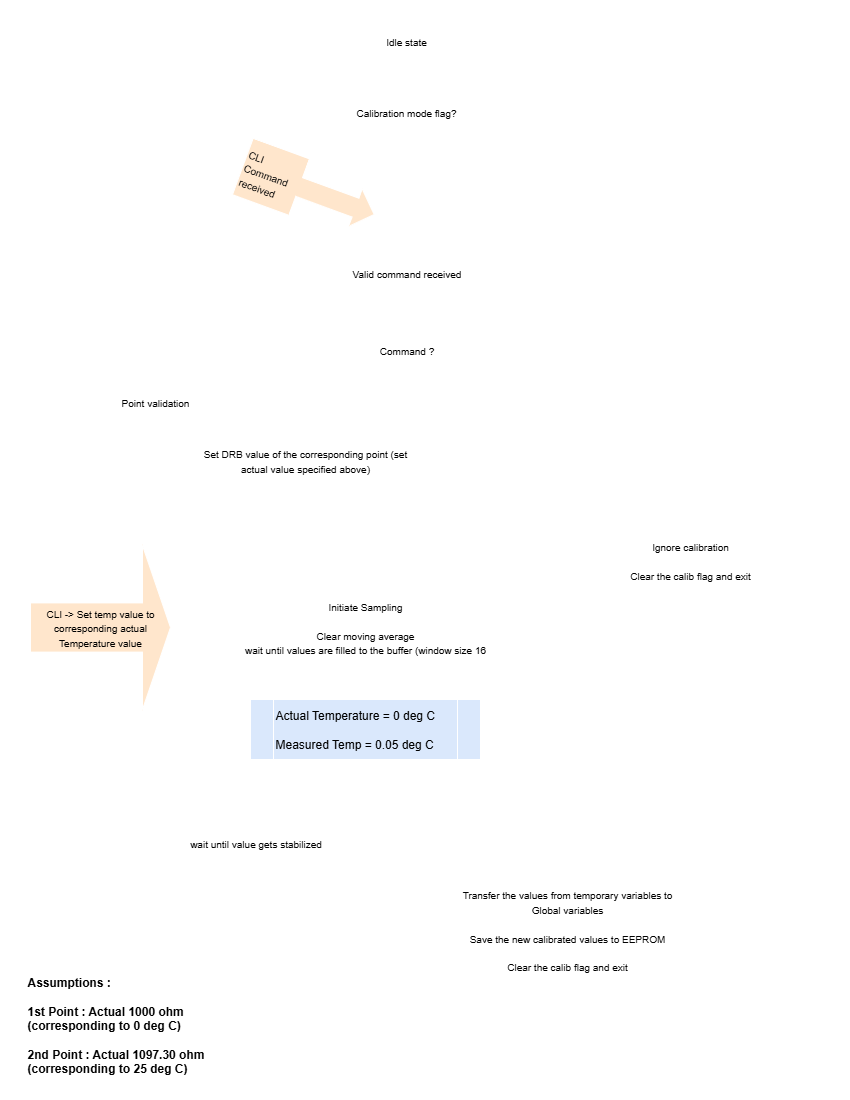
Before: Calibration method.png, a diagram exported from draw.io (S-NR/SnapShotInsight). Source tidied: cells renumbered, new cells last; positions are measured from the earlier drawing's top-left corner, leaving out a move shared by most shapes.
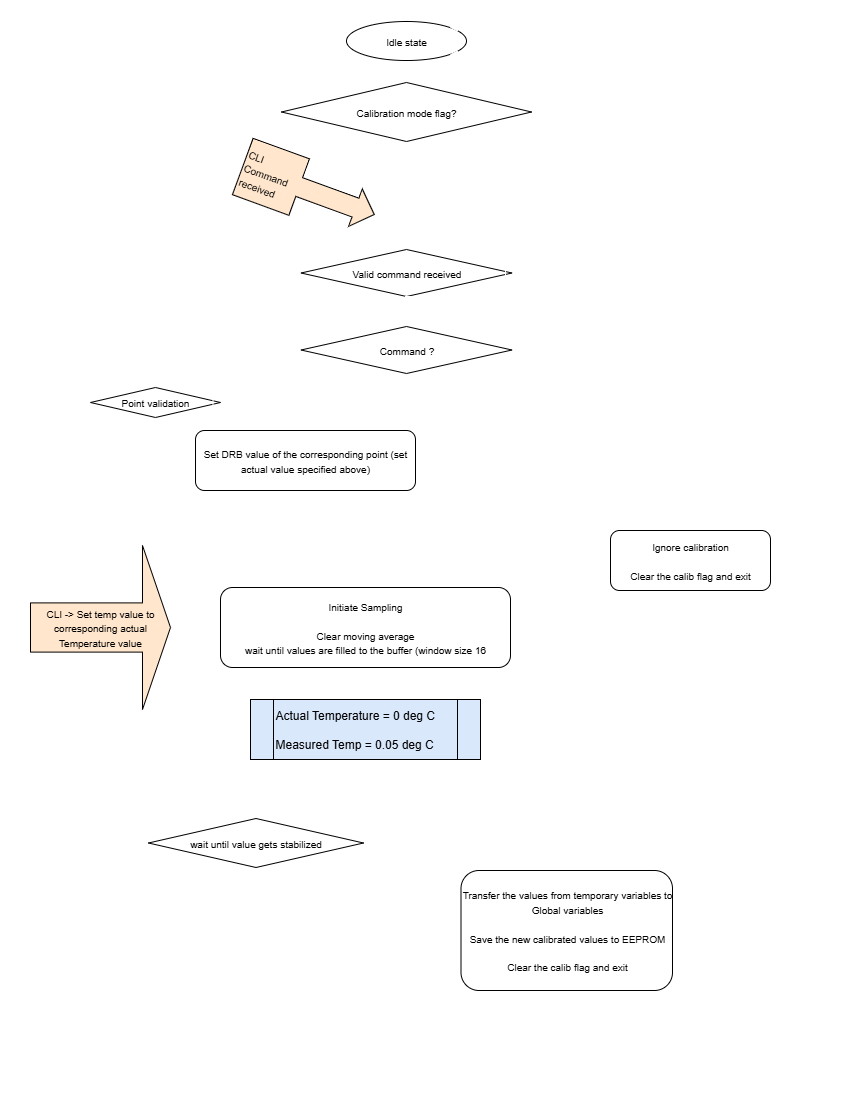
The same file after the commit.

Diff of the diagram source:
```diff
@@ -5,7 +5,7 @@
     <mxCell id="2" style="edgeStyle=orthogonalEdgeStyle;rounded=0;jettySize=auto;html=1;strokeColor=#FFFFFF;" parent="1" edge="1" source="3" target="6">
       <mxGeometry relative="1" as="geometry" />
     </mxCell>
-    <mxCell id="3" value="&lt;font style=&quot;font-size: 10px;&quot;&gt;Idle state&lt;/font&gt;" style="ellipse;whiteSpace=wrap;html=1;strokeColor=#FFFFFF;" parent="1" vertex="1">
+    <mxCell id="3" value="&lt;font style=&quot;font-size: 10px;&quot;&gt;Idle state&lt;/font&gt;" style="ellipse;whiteSpace=wrap;html=1;strokeColor=#000000;" parent="1" vertex="1">
       <mxGeometry x="336" width="120" height="39" as="geometry" />
     </mxCell>
     <mxCell id="4" style="edgeStyle=orthogonalEdgeStyle;rounded=0;jettySize=auto;html=1;entryX=0;entryY=0.5;entryDx=0;entryDy=0;exitX=0;exitY=0.5;exitDx=0;exitDy=0;strokeColor=#FFFFFF;" parent="1" edge="1" source="6" target="3">
@@ -14,7 +14,7 @@
     <mxCell id="5" style="edgeStyle=orthogonalEdgeStyle;rounded=0;jettySize=auto;html=1;entryX=0.5;entryY=0;entryDx=0;entryDy=0;strokeColor=#FFFFFF;" parent="1" edge="1" source="6" target="25">
       <mxGeometry relative="1" as="geometry" />
     </mxCell>
-    <mxCell id="6" value="&lt;font style=&quot;font-size: 10px;&quot;&gt;Calibration mode flag?&lt;/font&gt;" style="rhombus;whiteSpace=wrap;html=1;strokeColor=#FFFFFF;" parent="1" vertex="1">
+    <mxCell id="6" value="&lt;font style=&quot;font-size: 10px;&quot;&gt;Calibration mode flag?&lt;/font&gt;" style="rhombus;whiteSpace=wrap;html=1;strokeColor=#000000;" parent="1" vertex="1">
       <mxGeometry x="271" y="61" width="250" height="59" as="geometry" />
     </mxCell>
     <mxCell id="7" value="&lt;font style=&quot;font-size: 10px;&quot;&gt;False&lt;/font&gt;" style="text;html=1;align=center;verticalAlign=middle;strokeColor=#FFFFFF;fillColor=none;fontColor=#FFFFFF;" parent="1" vertex="1">
@@ -26,19 +26,19 @@
     <mxCell id="9" style="edgeStyle=orthogonalEdgeStyle;rounded=0;jettySize=auto;html=1;exitX=0.5;exitY=1;exitDx=0;exitDy=0;strokeColor=#FFFFFF;" parent="1" edge="1" source="10" target="12">
       <mxGeometry relative="1" as="geometry" />
     </mxCell>
-    <mxCell id="10" value="&lt;font style=&quot;font-size: 10px;&quot;&gt;Set DRB value of the corresponding point (set actual value specified above)&lt;/font&gt;" style="rounded=1;whiteSpace=wrap;html=1;strokeColor=#FFFFFF;" parent="1" vertex="1">
+    <mxCell id="10" value="&lt;font style=&quot;font-size: 10px;&quot;&gt;Set DRB value of the corresponding point (set actual value specified above)&lt;/font&gt;" style="rounded=1;whiteSpace=wrap;html=1;strokeColor=#000000;" parent="1" vertex="1">
       <mxGeometry x="185" y="409" width="220" height="60" as="geometry" />
     </mxCell>
     <mxCell id="11" style="edgeStyle=orthogonalEdgeStyle;rounded=0;jettySize=auto;html=1;strokeColor=#FFFFFF;" parent="1" edge="1" source="12" target="21">
       <mxGeometry relative="1" as="geometry" />
     </mxCell>
-    <mxCell id="12" value="&lt;font style=&quot;font-size: 10px;&quot;&gt;CLI -&amp;gt; Set temp value to corresponding actual Temperature value&lt;/font&gt;" style="shape=singleArrow;whiteSpace=wrap;html=1;fillColor=#ffe6cc;strokeColor=#FFFFFF;" parent="1" vertex="1">
+    <mxCell id="12" value="&lt;font style=&quot;font-size: 10px;&quot;&gt;CLI -&amp;gt; Set temp value to corresponding actual Temperature value&lt;/font&gt;" style="shape=singleArrow;whiteSpace=wrap;html=1;fillColor=#ffe6cc;strokeColor=#000000;" parent="1" vertex="1">
       <mxGeometry x="20" y="524" width="140" height="164" as="geometry" />
     </mxCell>
     <mxCell id="13" style="edgeStyle=orthogonalEdgeStyle;rounded=0;jettySize=auto;html=1;entryX=0.5;entryY=0;entryDx=0;entryDy=0;strokeColor=#FFFFFF;" parent="1" edge="1" source="14" target="17">
       <mxGeometry relative="1" as="geometry" />
     </mxCell>
-    <mxCell id="14" value="Actual Temperature = 0 deg C&lt;div&gt;&lt;br&gt;&lt;/div&gt;&lt;div&gt;Measured Temp = 0.05 deg C&lt;/div&gt;" style="shape=process;whiteSpace=wrap;html=1;backgroundOutline=1;align=left;fillColor=#dae8fc;strokeColor=#FFFFFF;" parent="1" vertex="1">
+    <mxCell id="14" value="Actual Temperature = 0 deg C&lt;div&gt;&lt;br&gt;&lt;/div&gt;&lt;div&gt;Measured Temp = 0.05 deg C&lt;/div&gt;" style="shape=process;whiteSpace=wrap;html=1;backgroundOutline=1;align=left;fillColor=#dae8fc;strokeColor=#000000;" parent="1" vertex="1">
       <mxGeometry x="240" y="678" width="230" height="60" as="geometry" />
     </mxCell>
     <mxCell id="15" style="edgeStyle=orthogonalEdgeStyle;rounded=0;jettySize=auto;html=1;exitX=0;exitY=0.5;exitDx=0;exitDy=0;entryX=0;entryY=0.5;entryDx=0;entryDy=0;strokeColor=#FFFFFF;" parent="1" edge="1" source="17" target="14">
@@ -58,7 +58,7 @@
         </Array>
       </mxGeometry>
     </mxCell>
-    <mxCell id="17" value="&lt;font style=&quot;font-size: 10px;&quot;&gt;wait until value gets stabilized&lt;/font&gt;" style="rhombus;whiteSpace=wrap;html=1;strokeColor=#FFFFFF;" parent="1" vertex="1">
+    <mxCell id="17" value="&lt;font style=&quot;font-size: 10px;&quot;&gt;wait until value gets stabilized&lt;/font&gt;" style="rhombus;whiteSpace=wrap;html=1;strokeColor=#000000;" parent="1" vertex="1">
       <mxGeometry x="138" y="797" width="215" height="49" as="geometry" />
     </mxCell>
     <mxCell id="18" value="&lt;font style=&quot;font-size: 10px;&quot;&gt;In progress....&lt;/font&gt;" style="text;html=1;align=center;verticalAlign=middle;strokeColor=#FFFFFF;fillColor=none;fontColor=#FFFFFF;" parent="1" vertex="1">
@@ -70,10 +70,10 @@
     <mxCell id="20" style="edgeStyle=orthogonalEdgeStyle;rounded=0;jettySize=auto;html=1;strokeColor=#FFFFFF;" parent="1" edge="1" source="21" target="14">
       <mxGeometry relative="1" as="geometry" />
     </mxCell>
-    <mxCell id="21" value="&lt;font style=&quot;font-size: 10px;&quot;&gt;Initiate Sampling&lt;/font&gt;&lt;div&gt;&lt;font style=&quot;font-size: 10px;&quot;&gt;&lt;br&gt;&lt;/font&gt;&lt;div&gt;&lt;font style=&quot;font-size: 10px;&quot;&gt;Clear moving average&lt;/font&gt;&lt;/div&gt;&lt;div&gt;&lt;font style=&quot;font-size: 10px;&quot;&gt;wait until values are filled to the buffer (window size 16&lt;/font&gt;&lt;/div&gt;&lt;/div&gt;" style="rounded=1;whiteSpace=wrap;html=1;strokeColor=#FFFFFF;" parent="1" vertex="1">
+    <mxCell id="21" value="&lt;font style=&quot;font-size: 10px;&quot;&gt;Initiate Sampling&lt;/font&gt;&lt;div&gt;&lt;font style=&quot;font-size: 10px;&quot;&gt;&lt;br&gt;&lt;/font&gt;&lt;div&gt;&lt;font style=&quot;font-size: 10px;&quot;&gt;Clear moving average&lt;/font&gt;&lt;/div&gt;&lt;div&gt;&lt;font style=&quot;font-size: 10px;&quot;&gt;wait until values are filled to the buffer (window size 16&lt;/font&gt;&lt;/div&gt;&lt;/div&gt;" style="rounded=1;whiteSpace=wrap;html=1;strokeColor=#000000;" parent="1" vertex="1">
       <mxGeometry x="210" y="566" width="290" height="80" as="geometry" />
     </mxCell>
-    <mxCell id="22" value="Assumptions :&lt;div&gt;&lt;br&gt;&lt;/div&gt;&lt;div&gt;1st Point : Actual 1000 ohm&amp;nbsp;&lt;/div&gt;&lt;div&gt;(corresponding to 0 deg C)&lt;/div&gt;&lt;div&gt;&lt;br&gt;&lt;div&gt;2nd Point : Actual 1097.30 ohm&amp;nbsp;&lt;/div&gt;&lt;div&gt;(corresponding to 25 deg C)&lt;/div&gt;&lt;/div&gt;" style="text;html=1;align=left;verticalAlign=middle;strokeColor=#FFFFFF;fillColor=none;fontStyle=1;" parent="1" vertex="1">
+    <mxCell id="22" value="Assumptions :&lt;div&gt;&lt;br&gt;&lt;/div&gt;&lt;div&gt;1st Point : Actual 1000 ohm&amp;nbsp;&lt;/div&gt;&lt;div&gt;(corresponding to 0 deg C)&lt;/div&gt;&lt;div&gt;&lt;br&gt;&lt;div&gt;2nd Point : Actual 1097.30 ohm&amp;nbsp;&lt;/div&gt;&lt;div&gt;(corresponding to 25 deg C)&lt;/div&gt;&lt;/div&gt;" style="text;html=1;align=left;verticalAlign=middle;strokeColor=#FFFFFF;fillColor=none;fontStyle=1;fontColor=#FFFFFF;" parent="1" vertex="1">
       <mxGeometry x="15" y="949" width="190" height="110" as="geometry" />
     </mxCell>
     <mxCell id="23" style="edgeStyle=orthogonalEdgeStyle;rounded=0;jettySize=auto;html=1;entryX=1;entryY=0.5;entryDx=0;entryDy=0;exitX=1;exitY=0.5;exitDx=0;exitDy=0;strokeColor=#FFFFFF;" parent="1" edge="1" source="25" target="6">
@@ -87,13 +87,13 @@
     <mxCell id="24" style="edgeStyle=orthogonalEdgeStyle;rounded=0;jettySize=auto;html=1;entryX=0.5;entryY=0;entryDx=0;entryDy=0;strokeColor=#FFFFFF;" parent="1" edge="1" source="25" target="32">
       <mxGeometry relative="1" as="geometry" />
     </mxCell>
-    <mxCell id="25" value="&lt;font style=&quot;font-size: 10px;&quot;&gt;Valid command received&lt;/font&gt;" style="rhombus;whiteSpace=wrap;html=1;strokeColor=#FFFFFF;" parent="1" vertex="1">
+    <mxCell id="25" value="&lt;font style=&quot;font-size: 10px;&quot;&gt;Valid command received&lt;/font&gt;" style="rhombus;whiteSpace=wrap;html=1;strokeColor=#000000;" parent="1" vertex="1">
       <mxGeometry x="290.5" y="228" width="211" height="47" as="geometry" />
     </mxCell>
     <mxCell id="26" value="&lt;font style=&quot;font-size: 10px;&quot;&gt;True&lt;/font&gt;" style="text;html=1;align=center;verticalAlign=middle;strokeColor=#FFFFFF;fillColor=none;fontColor=#FFFFFF;" parent="1" vertex="1">
       <mxGeometry x="395" y="275" width="40" height="30" as="geometry" />
     </mxCell>
-    <mxCell id="27" value="&lt;span style=&quot;font-size: 10px; text-wrap-mode: wrap;&quot;&gt;CLI Command received&lt;/span&gt;" style="html=1;shadow=0;dashed=0;align=left;verticalAlign=middle;shape=mxgraph.arrows2.calloutArrow;dy=10;dx=20;notch=60;arrowHead=10;rotation=20;fillColor=#ffe6cc;strokeColor=#FFFFFF;" parent="1" vertex="1">
+    <mxCell id="27" value="&lt;span style=&quot;font-size: 10px; text-wrap-mode: wrap;&quot;&gt;CLI Command received&lt;/span&gt;" style="html=1;shadow=0;dashed=0;align=left;verticalAlign=middle;shape=mxgraph.arrows2.calloutArrow;dy=10;dx=20;notch=60;arrowHead=10;rotation=20;fillColor=#ffe6cc;strokeColor=#000000;" parent="1" vertex="1">
       <mxGeometry x="228" y="139" width="140" height="60" as="geometry" />
     </mxCell>
     <mxCell id="28" value="&lt;font style=&quot;font-size: 10px;&quot;&gt;False&lt;/font&gt;" style="text;html=1;align=center;verticalAlign=middle;strokeColor=#FFFFFF;fillColor=none;fontColor=#FFFFFF;" parent="1" vertex="1">
@@ -113,7 +113,7 @@
     <mxCell id="31" style="edgeStyle=orthogonalEdgeStyle;rounded=0;jettySize=auto;html=1;strokeColor=#FFFFFF;" parent="1" edge="1" source="32" target="46">
       <mxGeometry relative="1" as="geometry" />
     </mxCell>
-    <mxCell id="32" value="&lt;font style=&quot;font-size: 10px;&quot;&gt;Command ?&lt;/font&gt;" style="rhombus;whiteSpace=wrap;html=1;strokeColor=#FFFFFF;" parent="1" vertex="1">
+    <mxCell id="32" value="&lt;font style=&quot;font-size: 10px;&quot;&gt;Command ?&lt;/font&gt;" style="rhombus;whiteSpace=wrap;html=1;strokeColor=#000000;" parent="1" vertex="1">
       <mxGeometry x="290.5" y="305" width="211" height="47" as="geometry" />
     </mxCell>
     <mxCell id="33" value="&lt;span style=&quot;font-size: 10px;&quot;&gt;Point 1 / 2 Calib&lt;/span&gt;" style="text;html=1;align=center;verticalAlign=middle;strokeColor=#FFFFFF;fillColor=none;fontColor=#FFFFFF;" parent="1" vertex="1">
@@ -138,7 +138,7 @@
     <mxCell id="38" style="edgeStyle=orthogonalEdgeStyle;rounded=0;jettySize=auto;html=1;exitX=0;exitY=0.5;exitDx=0;exitDy=0;entryX=0;entryY=0.5;entryDx=0;entryDy=0;strokeColor=#FFFFFF;" parent="1" edge="1" source="39" target="25">
       <mxGeometry relative="1" as="geometry" />
     </mxCell>
-    <mxCell id="39" value="&lt;font style=&quot;font-size: 10px;&quot;&gt;Point validation&lt;/font&gt;" style="rhombus;whiteSpace=wrap;html=1;strokeColor=#FFFFFF;" parent="1" vertex="1">
+    <mxCell id="39" value="&lt;font style=&quot;font-size: 10px;&quot;&gt;Point validation&lt;/font&gt;" style="rhombus;whiteSpace=wrap;html=1;strokeColor=#000000;" parent="1" vertex="1">
       <mxGeometry x="80" y="366" width="130" height="30" as="geometry" />
     </mxCell>
     <mxCell id="40" value="&lt;font style=&quot;font-size: 10px;&quot;&gt;Point 1&lt;/font&gt;" style="text;html=1;align=center;verticalAlign=middle;strokeColor=#FFFFFF;fillColor=none;fontColor=#FFFFFF;" parent="1" vertex="1">
@@ -158,7 +158,7 @@
         </Array>
       </mxGeometry>
     </mxCell>
-    <mxCell id="44" value="&lt;font style=&quot;font-size: 10px;&quot;&gt;Transfer the values from temporary variables to Global variables&lt;/font&gt;&lt;div&gt;&lt;font style=&quot;font-size: 10px;&quot;&gt;&lt;br&gt;&lt;/font&gt;&lt;/div&gt;&lt;div&gt;&lt;font style=&quot;font-size: 10px;&quot;&gt;Save the new calibrated values to EEPROM&lt;/font&gt;&lt;/div&gt;&lt;div&gt;&lt;font style=&quot;font-size: 10px;&quot;&gt;&lt;br&gt;&lt;/font&gt;&lt;/div&gt;&lt;div&gt;&lt;font style=&quot;font-size: 10px;&quot;&gt;&lt;span style=&quot;font-size: x-small;&quot;&gt;Clear the calib flag and exit&lt;/span&gt;&lt;/font&gt;&lt;/div&gt;" style="rounded=1;whiteSpace=wrap;html=1;strokeColor=#FFFFFF;" parent="1" vertex="1">
+    <mxCell id="44" value="&lt;font style=&quot;font-size: 10px;&quot;&gt;Transfer the values from temporary variables to Global variables&lt;/font&gt;&lt;div&gt;&lt;font style=&quot;font-size: 10px;&quot;&gt;&lt;br&gt;&lt;/font&gt;&lt;/div&gt;&lt;div&gt;&lt;font style=&quot;font-size: 10px;&quot;&gt;Save the new calibrated values to EEPROM&lt;/font&gt;&lt;/div&gt;&lt;div&gt;&lt;font style=&quot;font-size: 10px;&quot;&gt;&lt;br&gt;&lt;/font&gt;&lt;/div&gt;&lt;div&gt;&lt;font style=&quot;font-size: 10px;&quot;&gt;&lt;span style=&quot;font-size: x-small;&quot;&gt;Clear the calib flag and exit&lt;/span&gt;&lt;/font&gt;&lt;/div&gt;" style="rounded=1;whiteSpace=wrap;html=1;strokeColor=#000000;" parent="1" vertex="1">
       <mxGeometry x="450.5" y="849" width="211.5" height="120" as="geometry" />
     </mxCell>
     <mxCell id="45" style="edgeStyle=orthogonalEdgeStyle;rounded=0;jettySize=auto;html=1;entryX=1;entryY=1;entryDx=0;entryDy=0;strokeColor=#FFFFFF;" parent="1" edge="1" source="46" target="3">
@@ -169,7 +169,7 @@
         </Array>
       </mxGeometry>
     </mxCell>
-    <mxCell id="46" value="&lt;font size=&quot;1&quot;&gt;Ignore calibration&lt;/font&gt;&lt;div&gt;&lt;font size=&quot;1&quot;&gt;&lt;br&gt;&lt;/font&gt;&lt;/div&gt;&lt;div&gt;&lt;font size=&quot;1&quot;&gt;Clear the calib flag and exit&lt;/font&gt;&lt;/div&gt;" style="rounded=1;whiteSpace=wrap;html=1;strokeColor=#FFFFFF;" parent="1" vertex="1">
+    <mxCell id="46" value="&lt;font size=&quot;1&quot;&gt;Ignore calibration&lt;/font&gt;&lt;div&gt;&lt;font size=&quot;1&quot;&gt;&lt;br&gt;&lt;/font&gt;&lt;/div&gt;&lt;div&gt;&lt;font size=&quot;1&quot;&gt;Clear the calib flag and exit&lt;/font&gt;&lt;/div&gt;" style="rounded=1;whiteSpace=wrap;html=1;strokeColor=#000000;" parent="1" vertex="1">
       <mxGeometry x="600" y="509" width="160" height="60" as="geometry" />
     </mxCell>
   </root>
```
